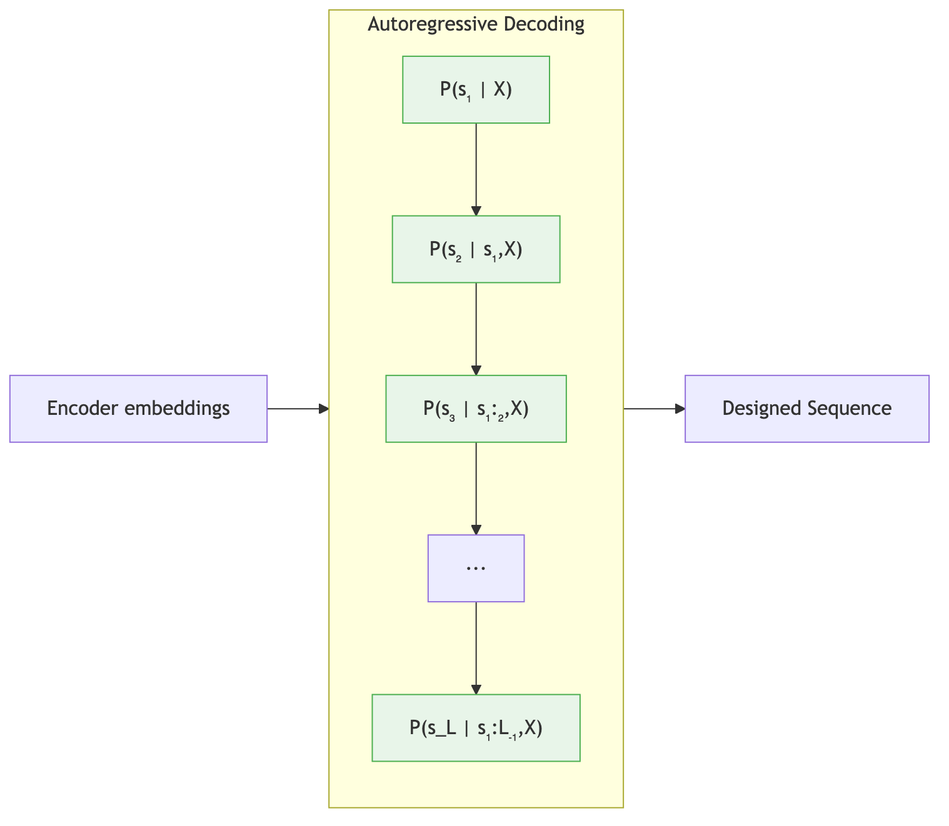
Before: assets/img/teaching/protein-ai/mermaid/s26-09-proteinmpnn_diagram_3.png, a diagram exported from Mermaid (sungsoo-ahn/sungsoo-ahn.github.io). Its source is kept beside it as assets/img/teaching/protein-ai/mermaid/s26-09-proteinmpnn_diagram_3.mmd.
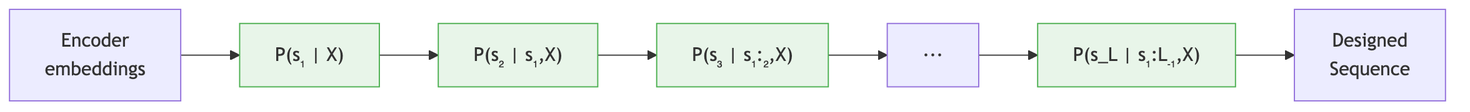
Later version of the same file.

Diff of the diagram source:
```diff
@@ -1,12 +1,10 @@
 flowchart LR
-    ENC["Encoder embeddings"] --> Decode
-    subgraph Decode["Autoregressive Decoding"]
-        S1["P(s₁ | X)"] --> S2["P(s₂ | s₁,X)"]
-        S2 --> S3["P(s₃ | s₁:₂,X)"]
-        S3 --> DOTS["···"]
-        DOTS --> SL["P(s_L | s₁:L₋₁,X)"]
-    end
-    Decode --> SEQ["Designed Sequence"]
+    ENC["Encoder<br/>embeddings"] --> S1["P(s₁ | X)"]
+    S1 --> S2["P(s₂ | s₁,X)"]
+    S2 --> S3["P(s₃ | s₁:₂,X)"]
+    S3 --> DOTS["···"]
+    DOTS --> SL["P(s_L | s₁:L₋₁,X)"]
+    SL --> SEQ["Designed<br/>Sequence"]
 
     style S1 fill:#e8f5e9,stroke:#4CAF50
     style S2 fill:#e8f5e9,stroke:#4CAF50
```
